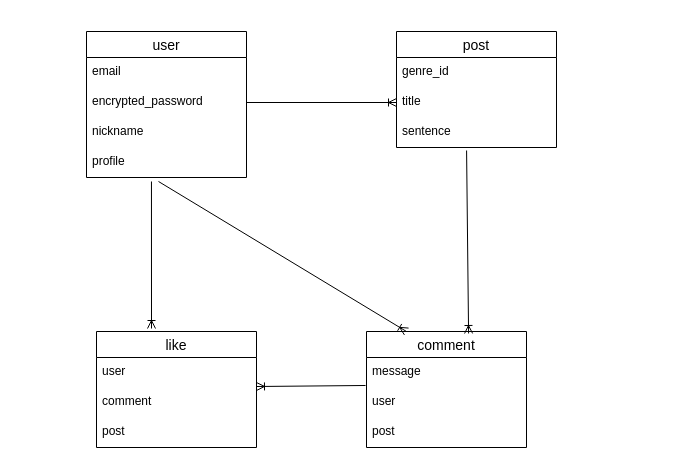
tetsu1026/ogiri-app keeps this draw.io diagram as ogiri.dio. Above is the earlier version. Source tidied: cells renumbered, new cells numbered last; positions are measured from the earlier drawing's top-left corner, leaving out a move shared by most shapes. Both pictures are drawn from the tidied source at 100%, with x=0, y=0 at pixel (86, 31).
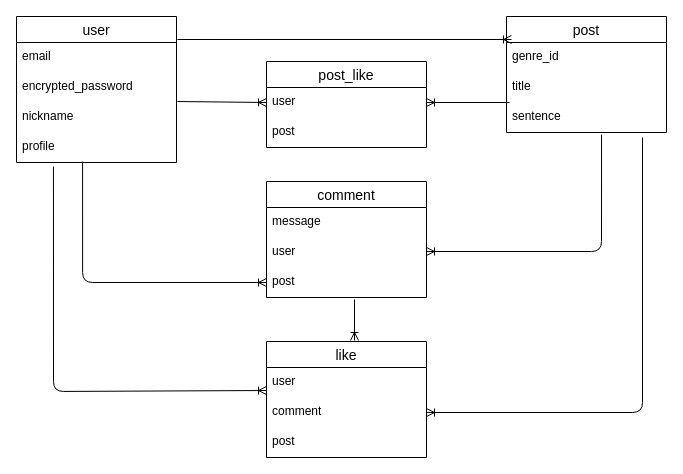
After the change.

Unchanged cells that the change refers to:
```xml
<mxCell id="4" value="encrypted_password" style="text;strokeColor=none;fillColor=none;spacingLeft=4;spacingRight=4;overflow=hidden;points=[[0,0.5],[1,0.5]];portConstraint=eastwest;fontSize=12;" parent="2" vertex="1">
  <mxGeometry y="56" width="160" height="30" as="geometry" />
</mxCell>
<mxCell id="6" value="profile" style="text;strokeColor=none;fillColor=none;spacingLeft=4;spacingRight=4;overflow=hidden;points=[[0,0.5],[1,0.5]];portConstraint=eastwest;fontSize=12;" parent="2" vertex="1">
  <mxGeometry y="116" width="160" height="30" as="geometry" />
</mxCell>
<mxCell id="9" value="title" style="text;strokeColor=none;fillColor=none;spacingLeft=4;spacingRight=4;overflow=hidden;points=[[0,0.5],[1,0.5]];portConstraint=eastwest;fontSize=12;" parent="7" vertex="1">
  <mxGeometry y="56" width="160" height="30" as="geometry" />
</mxCell>
<mxCell id="10" value="sentence" style="text;strokeColor=none;fillColor=none;spacingLeft=4;spacingRight=4;overflow=hidden;points=[[0,0.5],[1,0.5]];portConstraint=eastwest;fontSize=12;" parent="7" vertex="1">
  <mxGeometry y="86" width="160" height="30" as="geometry" />
</mxCell>
<mxCell id="12" value="message" style="text;strokeColor=none;fillColor=none;spacingLeft=4;spacingRight=4;overflow=hidden;points=[[0,0.5],[1,0.5]];portConstraint=eastwest;fontSize=12;" parent="11" vertex="1">
  <mxGeometry y="26" width="160" height="30" as="geometry" />
</mxCell>
<mxCell id="13" value="user" style="text;strokeColor=none;fillColor=none;spacingLeft=4;spacingRight=4;overflow=hidden;points=[[0,0.5],[1,0.5]];portConstraint=eastwest;fontSize=12;" parent="11" vertex="1">
  <mxGeometry y="56" width="160" height="30" as="geometry" />
</mxCell>
<mxCell id="14" value="post" style="text;strokeColor=none;fillColor=none;spacingLeft=4;spacingRight=4;overflow=hidden;points=[[0,0.5],[1,0.5]];portConstraint=eastwest;fontSize=12;" parent="11" vertex="1">
  <mxGeometry y="86" width="160" height="30" as="geometry" />
</mxCell>
<mxCell id="19" value="user" style="text;strokeColor=none;fillColor=none;spacingLeft=4;spacingRight=4;overflow=hidden;points=[[0,0.5],[1,0.5]];portConstraint=eastwest;fontSize=12;" parent="18" vertex="1">
  <mxGeometry y="26" width="160" height="30" as="geometry" />
</mxCell>
<mxCell id="20" value="comment" style="text;strokeColor=none;fillColor=none;spacingLeft=4;spacingRight=4;overflow=hidden;points=[[0,0.5],[1,0.5]];portConstraint=eastwest;fontSize=12;" parent="18" vertex="1">
  <mxGeometry y="56" width="160" height="30" as="geometry" />
</mxCell>
```

Change to the diagram source:
```diff
@@
     <mxCell id="2" value="user" style="swimlane;fontStyle=0;horizontal=1;startSize=26;align=center;fontSize=14;" parent="1" vertex="1">
-      <mxGeometry width="160" height="146" as="geometry" />
+      <mxGeometry x="-70" y="-15" width="160" height="146" as="geometry" />
     </mxCell>
@@
     <mxCell id="7" value="post" style="swimlane;fontStyle=0;horizontal=1;startSize=26;align=center;fontSize=14;" parent="1" vertex="1">
-      <mxGeometry x="310" width="160" height="116" as="geometry" />
+      <mxGeometry x="420" y="-15" width="160" height="116" as="geometry" />
     </mxCell>
@@
     <mxCell id="11" value="comment" style="swimlane;fontStyle=0;horizontal=1;startSize=26;align=center;fontSize=14;" parent="1" vertex="1">
-      <mxGeometry x="280" y="300" width="160" height="116" as="geometry" />
+      <mxGeometry x="180" y="150" width="160" height="116" as="geometry" />
     </mxCell>
@@
-    <mxCell id="15" style="fontSize=12;html=1;endArrow=ERoneToMany;exitX=1;exitY=0.5;exitDx=0;exitDy=0;entryX=0;entryY=0.5;entryDx=0;entryDy=0;" parent="1" edge="1" source="4" target="9">
-      <mxGeometry relative="1" as="geometry" />
+    <mxCell id="15" style="fontSize=12;html=1;endArrow=ERoneToMany;entryX=0.031;entryY=0.198;entryDx=0;entryDy=0;entryPerimeter=0;" parent="1" edge="1" target="7">
+      <mxGeometry relative="1" as="geometry">
+        <mxPoint x="91" y="8" as="sourcePoint" />
+      </mxGeometry>
     </mxCell>
-    <mxCell id="16" style="fontSize=12;html=1;endArrow=ERoneToMany;exitX=0.45;exitY=1.133;exitDx=0;exitDy=0;exitPerimeter=0;entryX=0.25;entryY=0;entryDx=0;entryDy=0;" parent="1" edge="1" source="6" target="11">
-      <mxGeometry relative="1" as="geometry" />
-    </mxCell>
-    <mxCell id="17" style="fontSize=12;html=1;endArrow=ERoneToMany;exitX=0.438;exitY=1.1;exitDx=0;exitDy=0;exitPerimeter=0;entryX=0.638;entryY=0.017;entryDx=0;entryDy=0;entryPerimeter=0;" parent="1" edge="1" source="10" target="11">
-      <mxGeometry relative="1" as="geometry" />
-    </mxCell>
     <mxCell id="18" value="like" style="swimlane;fontStyle=0;horizontal=1;startSize=26;align=center;fontSize=14;" parent="1" vertex="1">
-      <mxGeometry x="10" y="300" width="160" height="116" as="geometry" />
+      <mxGeometry x="180" y="310" width="160" height="116" as="geometry" />
     </mxCell>
@@
-    <mxCell id="22" style="fontSize=12;html=1;endArrow=ERoneToMany;exitX=-0.006;exitY=0.933;exitDx=0;exitDy=0;exitPerimeter=0;" parent="1" edge="1" source="12">
-      <mxGeometry relative="1" as="geometry">
-        <mxPoint x="170" y="355" as="targetPoint" />
-      </mxGeometry>
-    </mxCell>
-    <mxCell id="23" style="fontSize=12;html=1;endArrow=ERoneToMany;exitX=0.406;exitY=1.133;exitDx=0;exitDy=0;exitPerimeter=0;" parent="1" edge="1" source="6">
-      <mxGeometry relative="1" as="geometry">
-        <mxPoint x="65" y="297" as="targetPoint" />
-      </mxGeometry>
-    </mxCell>
+    <mxCell id="24" value="post_like" style="swimlane;fontStyle=0;horizontal=1;startSize=26;align=center;fontSize=14;" parent="1" vertex="1">
+      <mxGeometry x="180" y="30" width="160" height="86" as="geometry" />
+    </mxCell>
+    <mxCell id="25" value="user" style="text;strokeColor=none;fillColor=none;spacingLeft=4;spacingRight=4;overflow=hidden;points=[[0,0.5],[1,0.5]];portConstraint=eastwest;fontSize=12;" parent="24" vertex="1">
+      <mxGeometry y="26" width="160" height="30" as="geometry" />
+    </mxCell>
+    <mxCell id="26" value="post" style="text;strokeColor=none;fillColor=none;spacingLeft=4;spacingRight=4;overflow=hidden;fontSize=12;" parent="24" vertex="1">
+      <mxGeometry y="56" width="160" height="30" as="geometry" />
+    </mxCell>
+    <mxCell id="27" style="fontSize=12;html=1;endArrow=ERoneToMany;entryX=0;entryY=0.5;entryDx=0;entryDy=0;exitX=1.006;exitY=0.967;exitDx=0;exitDy=0;exitPerimeter=0;" parent="1" edge="1" source="4" target="25">
+      <mxGeometry relative="1" as="geometry" />
+    </mxCell>
+    <mxCell id="28" style="fontSize=12;html=1;endArrow=ERoneToMany;entryX=1;entryY=0.5;entryDx=0;entryDy=0;exitX=0.019;exitY=0;exitDx=0;exitDy=0;exitPerimeter=0;" parent="1" edge="1" source="10" target="25">
+      <mxGeometry relative="1" as="geometry" />
+    </mxCell>
+    <mxCell id="29" style="edgeStyle=orthogonalEdgeStyle;fontSize=12;html=1;endArrow=ERoneToMany;exitX=0.413;exitY=0.967;exitDx=0;exitDy=0;exitPerimeter=0;" parent="1" edge="1" source="6" target="14">
+      <mxGeometry relative="1" as="geometry" />
+    </mxCell>
+    <mxCell id="30" style="fontSize=12;html=1;endArrow=ERoneToMany;entryX=0.55;entryY=-0.009;entryDx=0;entryDy=0;entryPerimeter=0;" parent="1" edge="1" target="18">
+      <mxGeometry relative="1" as="geometry">
+        <mxPoint x="268" y="268" as="sourcePoint" />
+      </mxGeometry>
+    </mxCell>
+    <mxCell id="31" style="edgeStyle=orthogonalEdgeStyle;fontSize=12;html=1;endArrow=ERoneToMany;exitX=0.594;exitY=1.067;exitDx=0;exitDy=0;exitPerimeter=0;" parent="1" edge="1" source="10" target="13">
+      <mxGeometry relative="1" as="geometry">
+        <Array as="points">
+          <mxPoint x="515" y="220" />
+        </Array>
+      </mxGeometry>
+    </mxCell>
+    <mxCell id="32" style="edgeStyle=orthogonalEdgeStyle;fontSize=12;html=1;endArrow=ERoneToMany;exitX=0.231;exitY=1.133;exitDx=0;exitDy=0;exitPerimeter=0;entryX=0;entryY=0.767;entryDx=0;entryDy=0;entryPerimeter=0;" parent="1" edge="1" source="6" target="19">
+      <mxGeometry relative="1" as="geometry">
+        <Array as="points">
+          <mxPoint x="-33" y="360" />
+          <mxPoint x="180" y="360" />
+        </Array>
+      </mxGeometry>
+    </mxCell>
+    <mxCell id="33" style="edgeStyle=orthogonalEdgeStyle;fontSize=12;html=1;endArrow=ERoneToMany;exitX=0.85;exitY=1.167;exitDx=0;exitDy=0;exitPerimeter=0;entryX=1;entryY=0.5;entryDx=0;entryDy=0;" parent="1" edge="1" source="10" target="20">
+      <mxGeometry relative="1" as="geometry">
+        <Array as="points">
+          <mxPoint x="556" y="381" />
+        </Array>
+      </mxGeometry>
+    </mxCell>
```
